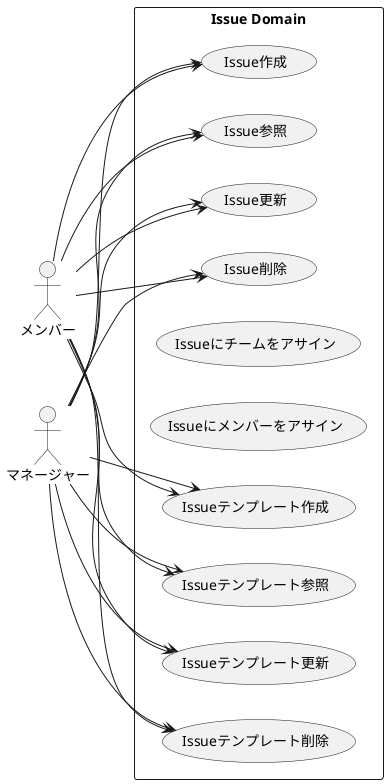
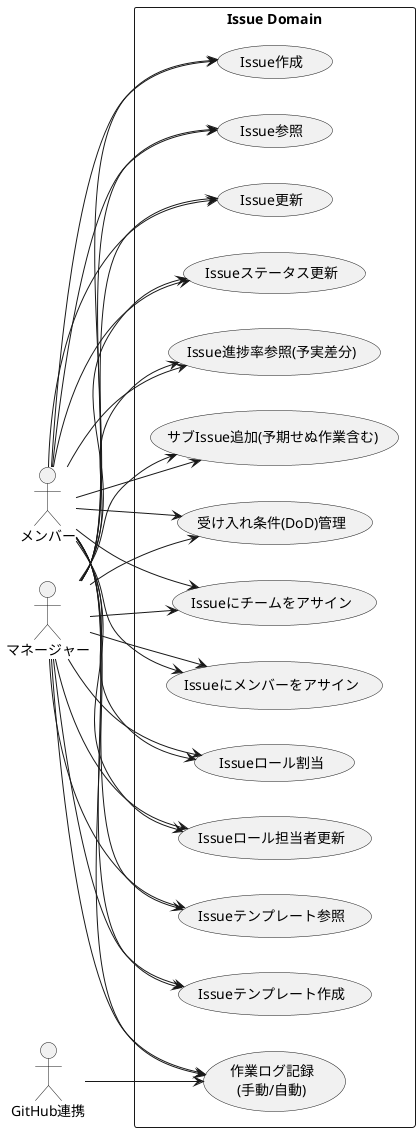
@startuml
left to right direction

actor "メンバー" as Member
actor "マネージャー" as Manager
+ actor "GitHub連携" as GitHub

rectangle "Issue Domain" {

  usecase "Issue作成"
  usecase "Issue参照"
  usecase "Issue更新"
-   usecase "Issue削除"
+   usecase "Issueステータス更新"
+   usecase "作業ログ記録\n(手動/自動)"
+   usecase "Issue進捗率参照(予実差分)"
+   usecase "サブIssue追加(予期せぬ作業含む)"
+   usecase "受け入れ条件(DoD)管理"

  usecase "Issueにチームをアサイン"
  usecase "Issueにメンバーをアサイン"
+   usecase "Issueロール割当"
+   usecase "Issueロール担当者更新"

+   usecase "Issueテンプレート参照"
  usecase "Issueテンプレート作成"
-   usecase "Issueテンプレート参照"
-   usecase "Issueテンプレート更新"
-   usecase "Issueテンプレート削除"

}

Member --> "Issue作成"
Member --> "Issue参照"
Member --> "Issue更新"
- Member --> "Issue削除"
+ Member --> "Issueステータス更新"
+ Member --> "作業ログ記録\n(手動/自動)"
+ Member --> "Issue進捗率参照(予実差分)"
+ Member --> "サブIssue追加(予期せぬ作業含む)"
+ Member --> "受け入れ条件(DoD)管理"
+ Member --> "Issueにチームをアサイン"
+ Member --> "Issueにメンバーをアサイン"
+ Member --> "Issueロール割当"
+ Member --> "Issueロール担当者更新"

Manager --> "Issue作成"
Manager --> "Issue参照"
Manager --> "Issue更新"
- Manager --> "Issue削除"
+ Manager --> "Issueステータス更新"
+ Manager --> "作業ログ記録\n(手動/自動)"
+ Manager --> "Issue進捗率参照(予実差分)"
+ Manager --> "サブIssue追加(予期せぬ作業含む)"
+ Manager --> "受け入れ条件(DoD)管理"
+ Manager --> "Issueにチームをアサイン"
+ Manager --> "Issueにメンバーをアサイン"
+ Manager --> "Issueロール割当"
+ Manager --> "Issueロール担当者更新"

Member --> "Issueテンプレート作成"
Member --> "Issueテンプレート参照"
- Member --> "Issueテンプレート更新"
- Member --> "Issueテンプレート削除"

Manager --> "Issueテンプレート作成"
Manager --> "Issueテンプレート参照"
- Manager --> "Issueテンプレート更新"
- Manager --> "Issueテンプレート削除"
+ 
+ GitHub --> "作業ログ記録\n(手動/自動)"

@enduml